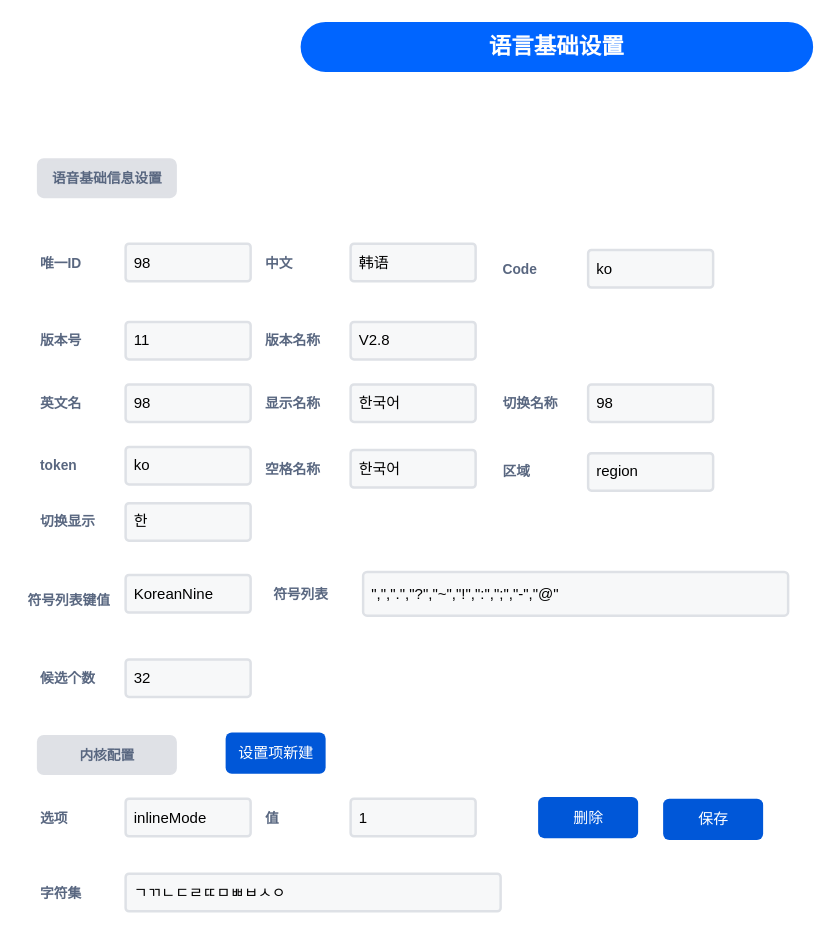
chonglv/charts keeps this draw.io diagram as layout-editor/语言基本信息.drawio. Above is the earlier version. Source tidied: cells renumbered, new cells numbered last; positions are measured from the earlier drawing's top-left corner, leaving out a move shared by most shapes. Both pictures are drawn from the tidied source at 125%, with x=0, y=0 at pixel (25, 21).
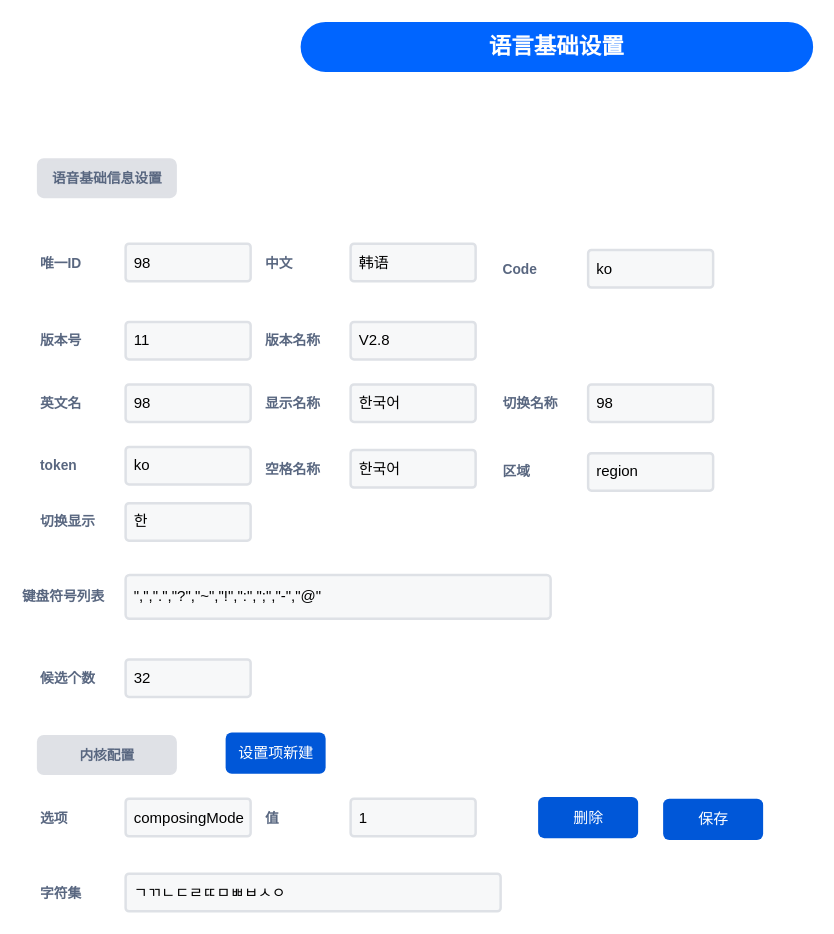
The same diagram, later.

Commit message:
更新语言基本信息.drawio

Change to the diagram source:
```diff
@@
-    <mxCell id="13" value="inlineMode" style="rounded=1;arcSize=9;fillColor=#F7F8F9;align=left;spacingLeft=5;strokeColor=#DEE1E6;html=1;strokeWidth=2;fontSize=12;" parent="1" vertex="1">
+    <mxCell id="13" value="composingMode" style="rounded=1;arcSize=9;fillColor=#F7F8F9;align=left;spacingLeft=5;strokeColor=#DEE1E6;html=1;strokeWidth=2;fontSize=12;" parent="1" vertex="1">
       <mxGeometry x="80" y="621.5" width="100" height="30" as="geometry" />
     </mxCell>
@@
-    <mxCell id="40" value="符号列表" style="fillColor=none;strokeColor=none;html=1;fontSize=11;fontStyle=0;align=center;fontColor=#596780;fontStyle=1;fontSize=11;" parent="1" vertex="1">
-      <mxGeometry x="190" y="447.5" width="60" height="20" as="geometry" />
+    <mxCell id="40" value="键盘符号列表" style="fillColor=none;strokeColor=none;html=1;fontSize=11;fontStyle=0;align=center;fontColor=#596780;fontStyle=1;fontSize=11;" parent="1" vertex="1">
+      <mxGeometry y="450" width="60" height="20" as="geometry" />
     </mxCell>
     <mxCell id="41" value="&quot;,&quot;,&quot;.&quot;,&quot;?&quot;,&quot;~&quot;,&quot;!&quot;,&quot;:&quot;,&quot;;&quot;,&quot;-&quot;,&quot;@&quot;" style="rounded=1;arcSize=9;fillColor=#F7F8F9;align=left;spacingLeft=5;strokeColor=#DEE1E6;html=1;strokeWidth=2;fontSize=12;" parent="1" vertex="1">
-      <mxGeometry x="270" y="440" width="340" height="35" as="geometry" />
+      <mxGeometry x="80" y="442.5" width="340" height="35" as="geometry" />
     </mxCell>
-    <mxCell id="42" value="符号列表键值" style="fillColor=none;strokeColor=none;html=1;fontSize=11;fontStyle=0;align=left;fontColor=#596780;fontStyle=1;fontSize=11;" parent="1" vertex="1">
-      <mxGeometry y="452.5" width="60" height="20" as="geometry" />
-    </mxCell>
-    <mxCell id="43" value="KoreanNine" style="rounded=1;arcSize=9;fillColor=#F7F8F9;align=left;spacingLeft=5;strokeColor=#DEE1E6;html=1;strokeWidth=2;fontSize=12;" parent="1" vertex="1">
-      <mxGeometry x="80" y="442.5" width="100" height="30" as="geometry" />
-    </mxCell>
```
